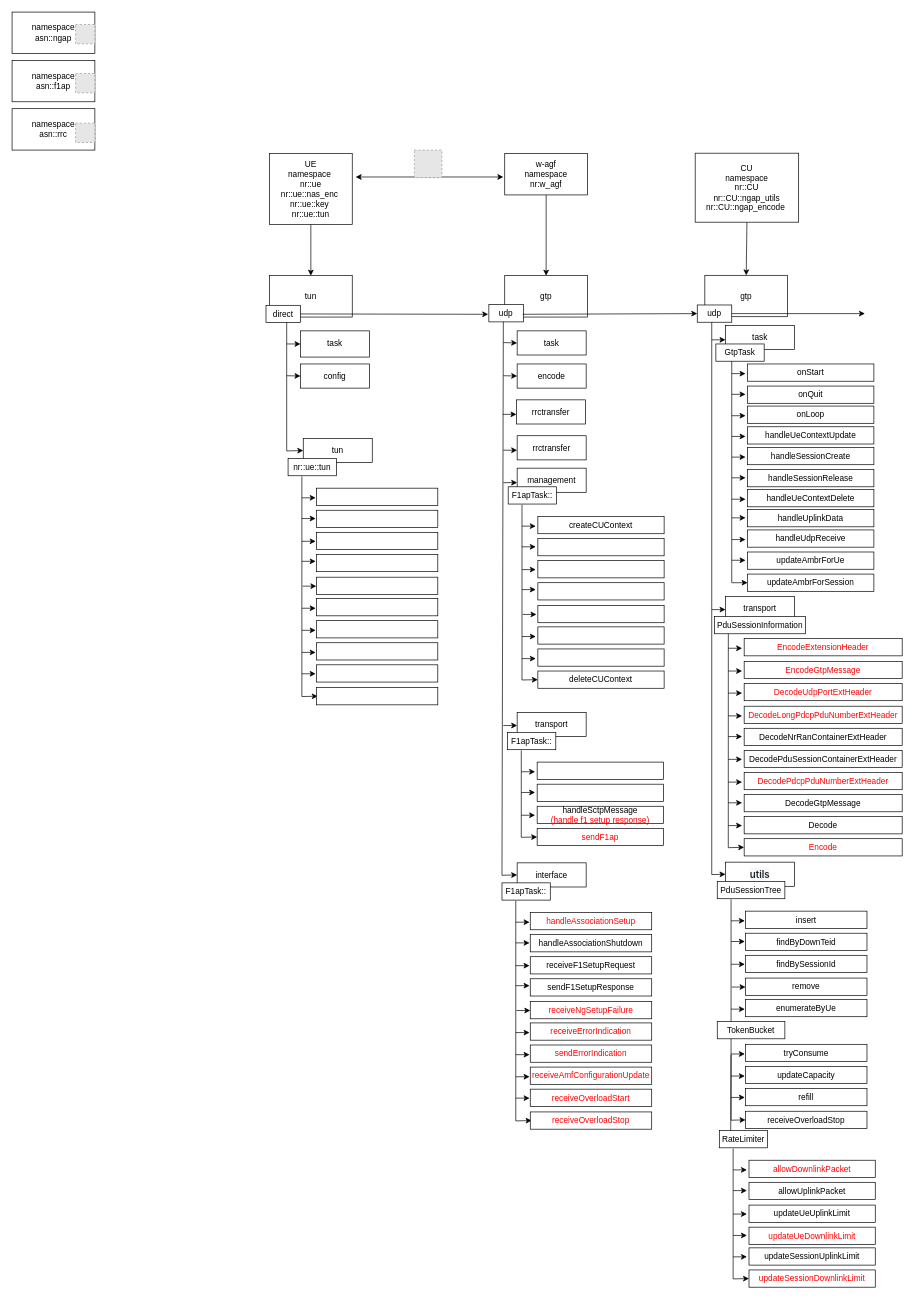
saffanazyan07/z-UERANSIM-W-AGF keeps this draw.io diagram as page "gtp code architecture" (4 of 4) of Diagram of code.drawio. Above is the earlier version. Source tidied: cells renumbered, new cells numbered last; positions are measured from the earlier drawing's top-left corner, leaving out a move shared by most shapes. Both pictures are drawn from the tidied source at 69%, with x=0, y=0 at pixel (12, 12). Pictures stored in the file or linked from it are replaced by grey dashed boxes.
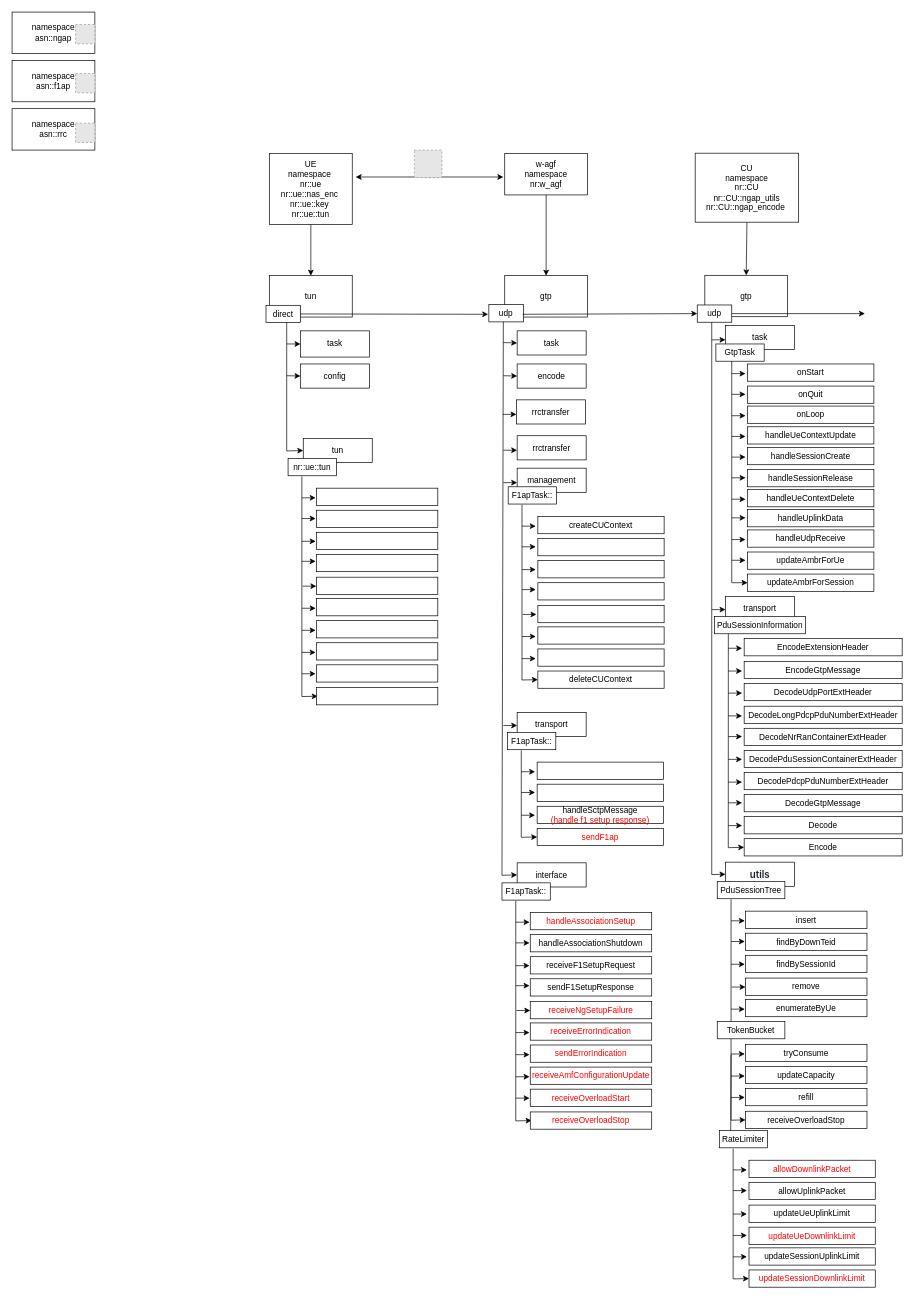
The same diagram, later.

The edit, as a diff of the source:
```diff
@@
-    <mxCell id="75" value="DecodePdcpPduNumberExtHeader" style="rounded=0;whiteSpace=wrap;html=1;fontColor=#FF0000;" parent="1" vertex="1">
+    <mxCell id="75" value="&lt;font color=&quot;#000000&quot;&gt;DecodePdcpPduNumberExtHeader&lt;/font&gt;" style="rounded=0;whiteSpace=wrap;html=1;fontColor=#FF0000;" parent="1" vertex="1">
       <mxGeometry x="1061" y="1102" width="229" height="25" as="geometry" />
     </mxCell>
@@
-    <mxCell id="78" value="&lt;font color=&quot;#ff0000&quot;&gt;Encode&lt;/font&gt;" style="rounded=0;whiteSpace=wrap;html=1;" parent="1" vertex="1">
+    <mxCell id="78" value="Encode" style="rounded=0;whiteSpace=wrap;html=1;" parent="1" vertex="1">
       <mxGeometry x="1061" y="1198" width="229" height="25" as="geometry" />
     </mxCell>
@@
-    <mxCell id="171" value="DecodeLongPdcpPduNumberExtHeader" style="rounded=0;whiteSpace=wrap;html=1;fontColor=#FF0000;" parent="1" vertex="1">
+    <mxCell id="171" value="&lt;font color=&quot;#000000&quot;&gt;DecodeLongPdcpPduNumberExtHeader&lt;/font&gt;" style="rounded=0;whiteSpace=wrap;html=1;fontColor=#FF0000;" parent="1" vertex="1">
       <mxGeometry x="1061" y="1006" width="229" height="25" as="geometry" />
     </mxCell>
@@
-    <mxCell id="177" value="DecodeUdpPortExtHeader" style="rounded=0;whiteSpace=wrap;html=1;fontColor=#FF0000;" parent="1" vertex="1">
+    <mxCell id="177" value="&lt;font color=&quot;#000000&quot;&gt;DecodeUdpPortExtHeader&lt;/font&gt;" style="rounded=0;whiteSpace=wrap;html=1;fontColor=#FF0000;" parent="1" vertex="1">
       <mxGeometry x="1061" y="973" width="229" height="25" as="geometry" />
     </mxCell>
@@
-    <mxCell id="179" value="EncodeGtpMessage" style="rounded=0;whiteSpace=wrap;html=1;fontColor=#FF0000;" parent="1" vertex="1">
+    <mxCell id="179" value="&lt;font color=&quot;#000000&quot;&gt;EncodeGtpMessage&lt;/font&gt;" style="rounded=0;whiteSpace=wrap;html=1;fontColor=#FF0000;" parent="1" vertex="1">
       <mxGeometry x="1061" y="941" width="229" height="25" as="geometry" />
     </mxCell>
@@
-    <mxCell id="181" value="EncodeExtensionHeader" style="rounded=0;whiteSpace=wrap;html=1;fontColor=#FF0000;" parent="1" vertex="1">
+    <mxCell id="181" value="&lt;font color=&quot;#000000&quot;&gt;EncodeExtensionHeader&lt;/font&gt;" style="rounded=0;whiteSpace=wrap;html=1;fontColor=#FF0000;" parent="1" vertex="1">
       <mxGeometry x="1061" y="908" width="229" height="25" as="geometry" />
     </mxCell>
```
